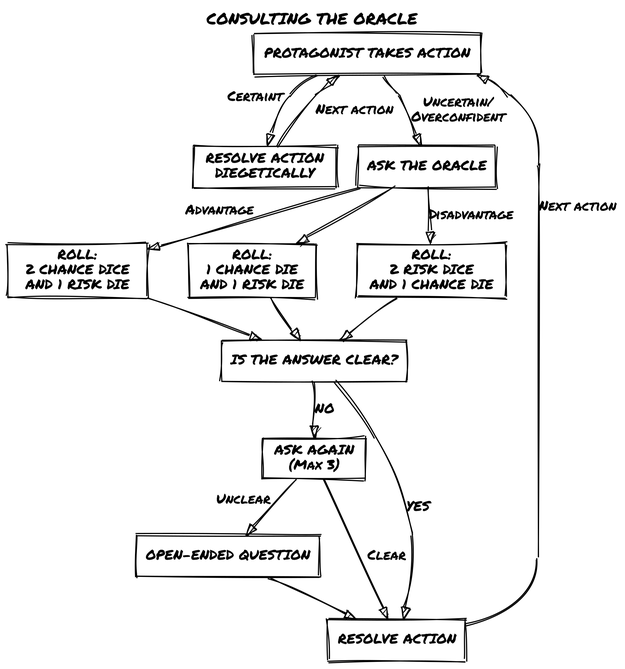
zeruhur/loner keeps this Graphviz diagram as en/diagrams/consulting_oracle.png. Above is the earlier version. Its source is kept beside it as en/diagrams/consulting_oracle.dot.
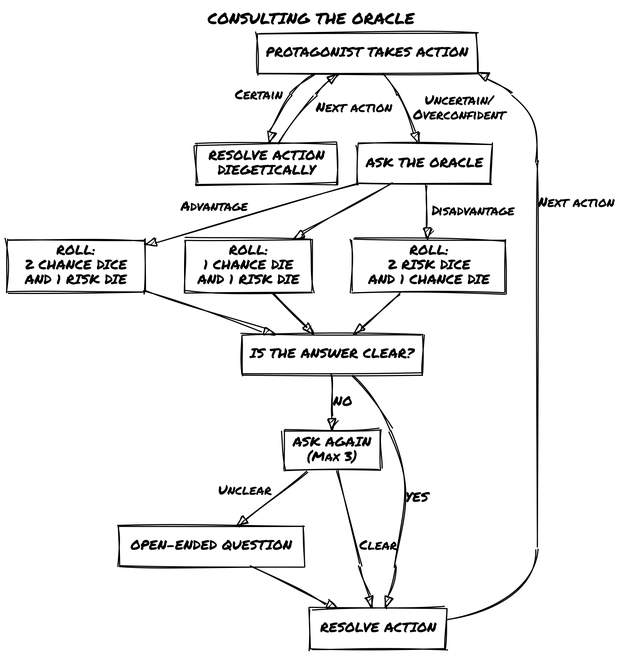
After the commit.

What changed in the source:
```diff
@@ -17,7 +17,7 @@
     id9[label = "ASK AGAIN \n (Max 3)"];
     id10[label = "OPEN-ENDED QUESTION"];
 
-    id1 -> id2 [xlabel = "Certaint"] ;
+    id1 -> id2 [xlabel = "Certain"] ;
     id2 -> id1 [label = "Next action"];
     id1 -> id3 [label = "Uncertain/\nOverconfident"];
     id3 -> id4 [xlabel = "Advantage"];
```
